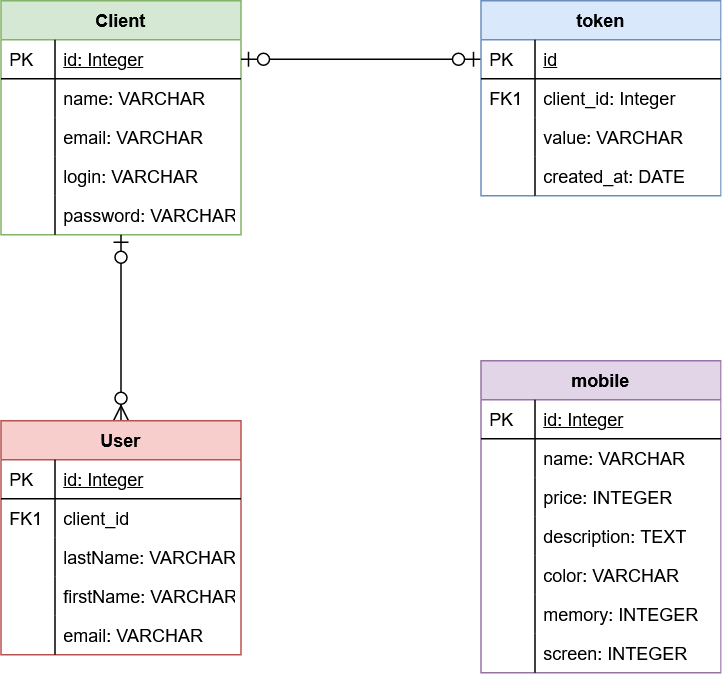
Earlier version of the draw.io export public/diagrams/Modèle de données.png (Shiiyo/7-BileMo). Source tidied: cells renumbered, new cells last; positions are measured from the earlier drawing's top-left corner, leaving out a move shared by most shapes.
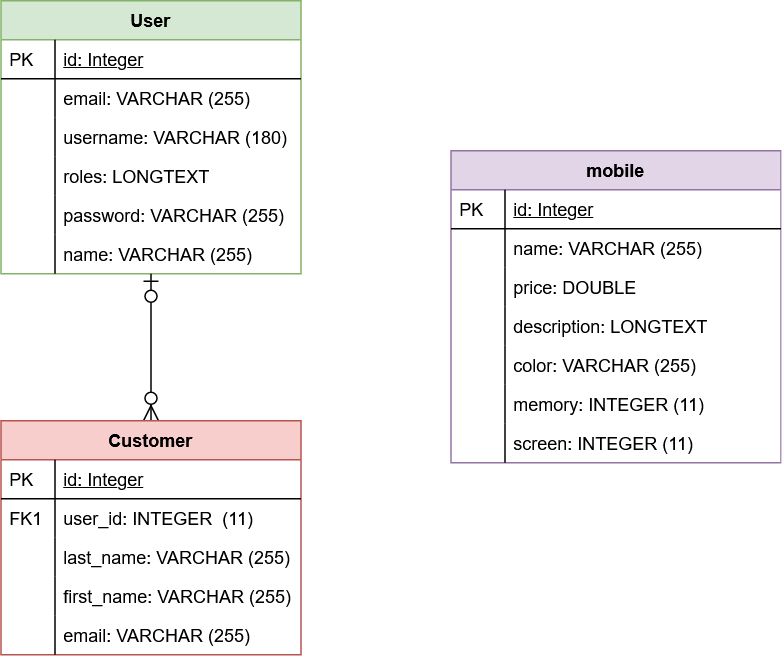
The same file after the commit.

Commit message:
Update UML diagrams

What changed in the source:
```diff
@@ -2,149 +2,125 @@
   <root>
     <mxCell id="0" />
     <mxCell id="1" parent="0" />
-    <mxCell id="2" value="Client" style="swimlane;fontStyle=1;horizontal=1;startSize=26;rounded=0;shadow=0;strokeWidth=1;fillColor=#d5e8d4;strokeColor=#82b366;" parent="1" vertex="1">
-      <mxGeometry width="160" height="156" as="geometry" />
+    <mxCell id="2" value="User" style="swimlane;fontStyle=1;horizontal=1;startSize=26;rounded=0;shadow=0;strokeWidth=1;fillColor=#d5e8d4;strokeColor=#82b366;" parent="1" vertex="1">
+      <mxGeometry width="200" height="182" as="geometry" />
     </mxCell>
     <mxCell id="3" value="id: Integer" style="shape=partialRectangle;top=0;left=0;right=0;bottom=1;align=left;verticalAlign=top;fillColor=none;spacingLeft=40;spacingRight=4;overflow=hidden;points=[[0,0.5],[1,0.5]];portConstraint=eastwest;rounded=0;shadow=0;strokeWidth=1;fontStyle=4;" parent="2" vertex="1">
-      <mxGeometry y="26" width="160" height="26" as="geometry" />
+      <mxGeometry y="26" width="200" height="26" as="geometry" />
     </mxCell>
     <mxCell id="4" value="PK" style="shape=partialRectangle;top=0;left=0;bottom=0;fillColor=none;align=left;verticalAlign=top;spacingLeft=4;spacingRight=4;overflow=hidden;" parent="3" vertex="1">
       <mxGeometry width="36" height="26" as="geometry" />
     </mxCell>
-    <mxCell id="5" value="name: VARCHAR" style="shape=partialRectangle;top=0;left=0;right=0;bottom=0;align=left;verticalAlign=top;fillColor=none;spacingLeft=40;spacingRight=4;overflow=hidden;rounded=0;shadow=0;strokeWidth=1;" parent="2" vertex="1">
-      <mxGeometry y="52" width="160" height="26" as="geometry" />
-    </mxCell>
-    <mxCell id="6" style="shape=partialRectangle;top=0;left=0;bottom=0;fillColor=none;align=left;verticalAlign=top;spacingLeft=4;spacingRight=4;overflow=hidden;" parent="5" vertex="1">
-      <mxGeometry width="36" height="26" as="geometry" />
-    </mxCell>
-    <mxCell id="7" value="email: VARCHAR" style="shape=partialRectangle;top=0;left=0;right=0;bottom=0;align=left;verticalAlign=top;fillColor=none;spacingLeft=40;spacingRight=4;overflow=hidden;rounded=0;shadow=0;strokeWidth=1;" parent="2" vertex="1">
-      <mxGeometry y="78" width="160" height="26" as="geometry" />
+    <mxCell id="7" value="email: VARCHAR (255)" style="shape=partialRectangle;top=0;left=0;right=0;bottom=0;align=left;verticalAlign=top;fillColor=none;spacingLeft=40;spacingRight=4;overflow=hidden;rounded=0;shadow=0;strokeWidth=1;" parent="2" vertex="1">
+      <mxGeometry y="52" width="200" height="26" as="geometry" />
     </mxCell>
     <mxCell id="8" style="shape=partialRectangle;top=0;left=0;bottom=0;fillColor=none;align=left;verticalAlign=top;spacingLeft=4;spacingRight=4;overflow=hidden;" parent="7" vertex="1">
       <mxGeometry width="36" height="26" as="geometry" />
     </mxCell>
-    <mxCell id="9" value="login: VARCHAR" style="shape=partialRectangle;top=0;left=0;right=0;bottom=0;align=left;verticalAlign=top;fillColor=none;spacingLeft=40;spacingRight=4;overflow=hidden;rounded=0;shadow=0;strokeWidth=1;" parent="2" vertex="1">
-      <mxGeometry y="104" width="160" height="26" as="geometry" />
+    <mxCell id="9" value="username: VARCHAR (180)" style="shape=partialRectangle;top=0;left=0;right=0;bottom=0;align=left;verticalAlign=top;fillColor=none;spacingLeft=40;spacingRight=4;overflow=hidden;rounded=0;shadow=0;strokeWidth=1;" parent="2" vertex="1">
+      <mxGeometry y="78" width="200" height="26" as="geometry" />
     </mxCell>
     <mxCell id="10" style="shape=partialRectangle;top=0;left=0;bottom=0;fillColor=none;align=left;verticalAlign=top;spacingLeft=4;spacingRight=4;overflow=hidden;" parent="9" vertex="1">
       <mxGeometry width="36" height="26" as="geometry" />
     </mxCell>
+    <mxCell id="50" value="roles: LONGTEXT" style="shape=partialRectangle;top=0;left=0;right=0;bottom=0;align=left;verticalAlign=top;fillColor=none;spacingLeft=40;spacingRight=4;overflow=hidden;rounded=0;shadow=0;strokeWidth=1;" parent="2" vertex="1">
+      <mxGeometry y="104" width="200" height="26" as="geometry" />
+    </mxCell>
+    <mxCell id="51" style="shape=partialRectangle;top=0;left=0;bottom=0;fillColor=none;align=left;verticalAlign=top;spacingLeft=4;spacingRight=4;overflow=hidden;" parent="50" vertex="1">
+      <mxGeometry width="36" height="26" as="geometry" />
+    </mxCell>
-    <mxCell id="11" value="password: VARCHAR" style="shape=partialRectangle;top=0;left=0;right=0;bottom=0;align=left;verticalAlign=top;fillColor=none;spacingLeft=40;spacingRight=4;overflow=hidden;rounded=0;shadow=0;strokeWidth=1;" parent="2" vertex="1">
-      <mxGeometry y="130" width="160" height="26" as="geometry" />
+    <mxCell id="11" value="password: VARCHAR (255)" style="shape=partialRectangle;top=0;left=0;right=0;bottom=0;align=left;verticalAlign=top;fillColor=none;spacingLeft=40;spacingRight=4;overflow=hidden;rounded=0;shadow=0;strokeWidth=1;" parent="2" vertex="1">
+      <mxGeometry y="130" width="200" height="26" as="geometry" />
     </mxCell>
     <mxCell id="12" style="shape=partialRectangle;top=0;left=0;bottom=0;fillColor=none;align=left;verticalAlign=top;spacingLeft=4;spacingRight=4;overflow=hidden;" parent="11" vertex="1">
       <mxGeometry width="36" height="26" as="geometry" />
     </mxCell>
+    <mxCell id="5" value="name: VARCHAR (255)" style="shape=partialRectangle;top=0;left=0;right=0;bottom=0;align=left;verticalAlign=top;fillColor=none;spacingLeft=40;spacingRight=4;overflow=hidden;rounded=0;shadow=0;strokeWidth=1;" parent="2" vertex="1">
+      <mxGeometry y="156" width="200" height="26" as="geometry" />
+    </mxCell>
+    <mxCell id="6" style="shape=partialRectangle;top=0;left=0;bottom=0;fillColor=none;align=left;verticalAlign=top;spacingLeft=4;spacingRight=4;overflow=hidden;" parent="5" vertex="1">
+      <mxGeometry width="36" height="26" as="geometry" />
+    </mxCell>
     <mxCell id="13" style="edgeStyle=orthogonalEdgeStyle;endArrow=ERzeroToMany;startArrow=ERzeroToOne;shadow=0;strokeWidth=1;endSize=8;startSize=8;startFill=1;exitX=0.5;exitY=1;exitDx=0;exitDy=0;entryX=0.5;entryY=0;entryDx=0;entryDy=0;" parent="1" edge="1" source="2" target="29">
       <mxGeometry relative="1" as="geometry" />
     </mxCell>
+    <mxCell id="29" value="Customer" style="swimlane;fontStyle=1;horizontal=1;startSize=26;rounded=0;shadow=0;strokeWidth=1;fillColor=#f8cecc;strokeColor=#b85450;" parent="1" vertex="1">
+      <mxGeometry y="280" width="200" height="156" as="geometry" />
+    </mxCell>
+    <mxCell id="30" value="id: Integer" style="shape=partialRectangle;top=0;left=0;right=0;bottom=1;align=left;verticalAlign=top;fillColor=none;spacingLeft=40;spacingRight=4;overflow=hidden;rounded=0;shadow=0;strokeWidth=1;fontStyle=4;" parent="29" vertex="1">
+      <mxGeometry y="26" width="200" height="26" as="geometry" />
+    </mxCell>
+    <mxCell id="31" value="PK" style="shape=partialRectangle;top=0;left=0;bottom=0;fillColor=none;align=left;verticalAlign=top;spacingLeft=4;spacingRight=4;overflow=hidden;" parent="30" vertex="1">
+      <mxGeometry width="36" height="26" as="geometry" />
+    </mxCell>
+    <mxCell id="32" value="user_id: INTEGER  (11)" style="shape=partialRectangle;top=0;left=0;right=0;bottom=0;align=left;verticalAlign=top;fillColor=none;spacingLeft=40;spacingRight=4;overflow=hidden;rounded=0;shadow=0;strokeWidth=1;" parent="29" vertex="1">
+      <mxGeometry y="52" width="200" height="26" as="geometry" />
+    </mxCell>
+    <mxCell id="33" value="FK1" style="shape=partialRectangle;top=0;left=0;bottom=0;fillColor=none;align=left;verticalAlign=top;spacingLeft=4;spacingRight=4;overflow=hidden;" parent="32" vertex="1">
+      <mxGeometry width="36" height="26" as="geometry" />
+    </mxCell>
+    <mxCell id="34" value="last_name: VARCHAR (255)" style="shape=partialRectangle;top=0;left=0;right=0;bottom=0;align=left;verticalAlign=top;fillColor=none;spacingLeft=40;spacingRight=4;overflow=hidden;rounded=0;shadow=0;strokeWidth=1;" parent="29" vertex="1">
+      <mxGeometry y="78" width="200" height="26" as="geometry" />
+    </mxCell>
+    <mxCell id="35" style="shape=partialRectangle;top=0;left=0;bottom=0;fillColor=none;align=left;verticalAlign=top;spacingLeft=4;spacingRight=4;overflow=hidden;" parent="34" vertex="1">
+      <mxGeometry width="36" height="26" as="geometry" />
+    </mxCell>
+    <mxCell id="36" value="first_name: VARCHAR (255)" style="shape=partialRectangle;top=0;left=0;right=0;bottom=0;align=left;verticalAlign=top;fillColor=none;spacingLeft=40;spacingRight=4;overflow=hidden;rounded=0;shadow=0;strokeWidth=1;" parent="29" vertex="1">
+      <mxGeometry y="104" width="200" height="26" as="geometry" />
+    </mxCell>
+    <mxCell id="37" style="shape=partialRectangle;top=0;left=0;bottom=0;fillColor=none;align=left;verticalAlign=top;spacingLeft=4;spacingRight=4;overflow=hidden;" parent="36" vertex="1">
+      <mxGeometry width="36" height="26" as="geometry" />
+    </mxCell>
+    <mxCell id="38" value="email: VARCHAR (255)" style="shape=partialRectangle;top=0;left=0;right=0;bottom=0;align=left;verticalAlign=top;fillColor=none;spacingLeft=40;spacingRight=4;overflow=hidden;rounded=0;shadow=0;strokeWidth=1;" parent="29" vertex="1">
+      <mxGeometry y="130" width="200" height="26" as="geometry" />
+    </mxCell>
+    <mxCell id="39" style="shape=partialRectangle;top=0;left=0;bottom=0;fillColor=none;align=left;verticalAlign=top;spacingLeft=4;spacingRight=4;overflow=hidden;" parent="38" vertex="1">
+      <mxGeometry width="36" height="26" as="geometry" />
+    </mxCell>
     <mxCell id="14" value="mobile" style="swimlane;fontStyle=1;horizontal=1;startSize=26;rounded=0;shadow=0;strokeWidth=1;fillColor=#e1d5e7;strokeColor=#9673a6;" parent="1" vertex="1">
-      <mxGeometry x="320" y="240" width="160" height="208" as="geometry" />
+      <mxGeometry x="300" y="100" width="220" height="208" as="geometry" />
     </mxCell>
     <mxCell id="15" value="id: Integer" style="shape=partialRectangle;top=0;left=0;right=0;bottom=1;align=left;verticalAlign=top;fillColor=none;spacingLeft=40;spacingRight=4;overflow=hidden;rounded=0;shadow=0;strokeWidth=1;fontStyle=4;" parent="14" vertex="1">
-      <mxGeometry y="26" width="160" height="26" as="geometry" />
+      <mxGeometry y="26" width="220" height="26" as="geometry" />
     </mxCell>
     <mxCell id="16" value="PK" style="shape=partialRectangle;top=0;left=0;bottom=0;fillColor=none;align=left;verticalAlign=top;spacingLeft=4;spacingRight=4;overflow=hidden;" parent="15" vertex="1">
       <mxGeometry width="36" height="26" as="geometry" />
     </mxCell>
-    <mxCell id="17" value="name: VARCHAR" style="shape=partialRectangle;top=0;left=0;right=0;bottom=0;align=left;verticalAlign=top;fillColor=none;spacingLeft=40;spacingRight=4;overflow=hidden;rounded=0;shadow=0;strokeWidth=1;" parent="14" vertex="1">
-      <mxGeometry y="52" width="160" height="26" as="geometry" />
+    <mxCell id="17" value="name: VARCHAR (255)" style="shape=partialRectangle;top=0;left=0;right=0;bottom=0;align=left;verticalAlign=top;fillColor=none;spacingLeft=40;spacingRight=4;overflow=hidden;rounded=0;shadow=0;strokeWidth=1;" parent="14" vertex="1">
+      <mxGeometry y="52" width="220" height="26" as="geometry" />
     </mxCell>
     <mxCell id="18" style="shape=partialRectangle;top=0;left=0;bottom=0;fillColor=none;align=left;verticalAlign=top;spacingLeft=4;spacingRight=4;overflow=hidden;" parent="17" vertex="1">
       <mxGeometry width="36" height="26" as="geometry" />
     </mxCell>
-    <mxCell id="19" value="price: INTEGER" style="shape=partialRectangle;top=0;left=0;right=0;bottom=0;align=left;verticalAlign=top;fillColor=none;spacingLeft=40;spacingRight=4;overflow=hidden;rounded=0;shadow=0;strokeWidth=1;" parent="14" vertex="1">
-      <mxGeometry y="78" width="160" height="26" as="geometry" />
+    <mxCell id="19" value="price: DOUBLE" style="shape=partialRectangle;top=0;left=0;right=0;bottom=0;align=left;verticalAlign=top;fillColor=none;spacingLeft=40;spacingRight=4;overflow=hidden;rounded=0;shadow=0;strokeWidth=1;" parent="14" vertex="1">
+      <mxGeometry y="78" width="220" height="26" as="geometry" />
     </mxCell>
     <mxCell id="20" style="shape=partialRectangle;top=0;left=0;bottom=0;fillColor=none;align=left;verticalAlign=top;spacingLeft=4;spacingRight=4;overflow=hidden;" parent="19" vertex="1">
       <mxGeometry width="36" height="26" as="geometry" />
     </mxCell>
-    <mxCell id="21" value="description: TEXT" style="shape=partialRectangle;top=0;left=0;right=0;bottom=0;align=left;verticalAlign=top;fillColor=none;spacingLeft=40;spacingRight=4;overflow=hidden;rounded=0;shadow=0;strokeWidth=1;" parent="14" vertex="1">
-      <mxGeometry y="104" width="160" height="26" as="geometry" />
+    <mxCell id="21" value="description: LONGTEXT" style="shape=partialRectangle;top=0;left=0;right=0;bottom=0;align=left;verticalAlign=top;fillColor=none;spacingLeft=40;spacingRight=4;overflow=hidden;rounded=0;shadow=0;strokeWidth=1;" parent="14" vertex="1">
+      <mxGeometry y="104" width="220" height="26" as="geometry" />
     </mxCell>
     <mxCell id="22" style="shape=partialRectangle;top=0;left=0;bottom=0;fillColor=none;align=left;verticalAlign=top;spacingLeft=4;spacingRight=4;overflow=hidden;" parent="21" vertex="1">
       <mxGeometry width="36" height="26" as="geometry" />
     </mxCell>
-    <mxCell id="23" value="color: VARCHAR" style="shape=partialRectangle;top=0;left=0;right=0;bottom=0;align=left;verticalAlign=top;fillColor=none;spacingLeft=40;spacingRight=4;overflow=hidden;rounded=0;shadow=0;strokeWidth=1;" parent="14" vertex="1">
-      <mxGeometry y="130" width="160" height="26" as="geometry" />
+    <mxCell id="23" value="color: VARCHAR (255)" style="shape=partialRectangle;top=0;left=0;right=0;bottom=0;align=left;verticalAlign=top;fillColor=none;spacingLeft=40;spacingRight=4;overflow=hidden;rounded=0;shadow=0;strokeWidth=1;" parent="14" vertex="1">
+      <mxGeometry y="130" width="220" height="26" as="geometry" />
     </mxCell>
     <mxCell id="24" style="shape=partialRectangle;top=0;left=0;bottom=0;fillColor=none;align=left;verticalAlign=top;spacingLeft=4;spacingRight=4;overflow=hidden;" parent="23" vertex="1">
       <mxGeometry width="36" height="26" as="geometry" />
     </mxCell>
-    <mxCell id="25" value="memory: INTEGER" style="shape=partialRectangle;top=0;left=0;right=0;bottom=0;align=left;verticalAlign=top;fillColor=none;spacingLeft=40;spacingRight=4;overflow=hidden;rounded=0;shadow=0;strokeWidth=1;" parent="14" vertex="1">
-      <mxGeometry y="156" width="160" height="26" as="geometry" />
+    <mxCell id="25" value="memory: INTEGER (11)" style="shape=partialRectangle;top=0;left=0;right=0;bottom=0;align=left;verticalAlign=top;fillColor=none;spacingLeft=40;spacingRight=4;overflow=hidden;rounded=0;shadow=0;strokeWidth=1;" parent="14" vertex="1">
+      <mxGeometry y="156" width="220" height="26" as="geometry" />
     </mxCell>
     <mxCell id="26" style="shape=partialRectangle;top=0;left=0;bottom=0;fillColor=none;align=left;verticalAlign=top;spacingLeft=4;spacingRight=4;overflow=hidden;" parent="25" vertex="1">
       <mxGeometry width="36" height="26" as="geometry" />
     </mxCell>
-    <mxCell id="27" value="screen: INTEGER" style="shape=partialRectangle;top=0;left=0;right=0;bottom=0;align=left;verticalAlign=top;fillColor=none;spacingLeft=40;spacingRight=4;overflow=hidden;rounded=0;shadow=0;strokeWidth=1;" parent="14" vertex="1">
-      <mxGeometry y="182" width="160" height="26" as="geometry" />
+    <mxCell id="27" value="screen: INTEGER (11)" style="shape=partialRectangle;top=0;left=0;right=0;bottom=0;align=left;verticalAlign=top;fillColor=none;spacingLeft=40;spacingRight=4;overflow=hidden;rounded=0;shadow=0;strokeWidth=1;" parent="14" vertex="1">
+      <mxGeometry y="182" width="220" height="26" as="geometry" />
     </mxCell>
     <mxCell id="28" style="shape=partialRectangle;top=0;left=0;bottom=0;fillColor=none;align=left;verticalAlign=top;spacingLeft=4;spacingRight=4;overflow=hidden;" parent="27" vertex="1">
       <mxGeometry width="36" height="26" as="geometry" />
     </mxCell>
-    <mxCell id="29" value="User" style="swimlane;fontStyle=1;horizontal=1;startSize=26;rounded=0;shadow=0;strokeWidth=1;fillColor=#f8cecc;strokeColor=#b85450;" parent="1" vertex="1">
-      <mxGeometry y="280" width="160" height="156" as="geometry" />
-    </mxCell>
-    <mxCell id="30" value="id: Integer" style="shape=partialRectangle;top=0;left=0;right=0;bottom=1;align=left;verticalAlign=top;fillColor=none;spacingLeft=40;spacingRight=4;overflow=hidden;rounded=0;shadow=0;strokeWidth=1;fontStyle=4;" parent="29" vertex="1">
-      <mxGeometry y="26" width="160" height="26" as="geometry" />
-    </mxCell>
-    <mxCell id="31" value="PK" style="shape=partialRectangle;top=0;left=0;bottom=0;fillColor=none;align=left;verticalAlign=top;spacingLeft=4;spacingRight=4;overflow=hidden;" parent="30" vertex="1">
-      <mxGeometry width="36" height="26" as="geometry" />
-    </mxCell>
-    <mxCell id="32" value="client_id" style="shape=partialRectangle;top=0;left=0;right=0;bottom=0;align=left;verticalAlign=top;fillColor=none;spacingLeft=40;spacingRight=4;overflow=hidden;rounded=0;shadow=0;strokeWidth=1;" parent="29" vertex="1">
-      <mxGeometry y="52" width="160" height="26" as="geometry" />
-    </mxCell>
-    <mxCell id="33" value="FK1" style="shape=partialRectangle;top=0;left=0;bottom=0;fillColor=none;align=left;verticalAlign=top;spacingLeft=4;spacingRight=4;overflow=hidden;" parent="32" vertex="1">
-      <mxGeometry width="36" height="26" as="geometry" />
-    </mxCell>
-    <mxCell id="34" value="lastName: VARCHAR" style="shape=partialRectangle;top=0;left=0;right=0;bottom=0;align=left;verticalAlign=top;fillColor=none;spacingLeft=40;spacingRight=4;overflow=hidden;rounded=0;shadow=0;strokeWidth=1;" parent="29" vertex="1">
-      <mxGeometry y="78" width="160" height="26" as="geometry" />
-    </mxCell>
-    <mxCell id="35" style="shape=partialRectangle;top=0;left=0;bottom=0;fillColor=none;align=left;verticalAlign=top;spacingLeft=4;spacingRight=4;overflow=hidden;" parent="34" vertex="1">
-      <mxGeometry width="36" height="26" as="geometry" />
-    </mxCell>
-    <mxCell id="36" value="firstName: VARCHAR" style="shape=partialRectangle;top=0;left=0;right=0;bottom=0;align=left;verticalAlign=top;fillColor=none;spacingLeft=40;spacingRight=4;overflow=hidden;rounded=0;shadow=0;strokeWidth=1;" parent="29" vertex="1">
-      <mxGeometry y="104" width="160" height="26" as="geometry" />
-    </mxCell>
-    <mxCell id="37" style="shape=partialRectangle;top=0;left=0;bottom=0;fillColor=none;align=left;verticalAlign=top;spacingLeft=4;spacingRight=4;overflow=hidden;" parent="36" vertex="1">
-      <mxGeometry width="36" height="26" as="geometry" />
-    </mxCell>
-    <mxCell id="38" value="email: VARCHAR" style="shape=partialRectangle;top=0;left=0;right=0;bottom=0;align=left;verticalAlign=top;fillColor=none;spacingLeft=40;spacingRight=4;overflow=hidden;rounded=0;shadow=0;strokeWidth=1;" parent="29" vertex="1">
-      <mxGeometry y="130" width="160" height="26" as="geometry" />
-    </mxCell>
-    <mxCell id="39" style="shape=partialRectangle;top=0;left=0;bottom=0;fillColor=none;align=left;verticalAlign=top;spacingLeft=4;spacingRight=4;overflow=hidden;" parent="38" vertex="1">
-      <mxGeometry width="36" height="26" as="geometry" />
-    </mxCell>
-    <mxCell id="40" style="edgeStyle=orthogonalEdgeStyle;endArrow=ERzeroToOne;startArrow=ERzeroToOne;shadow=0;strokeWidth=1;endSize=8;startSize=8;startFill=1;exitX=1;exitY=0.5;exitDx=0;exitDy=0;entryX=0;entryY=0.5;entryDx=0;entryDy=0;endFill=1;" parent="1" edge="1" source="3" target="42">
-      <mxGeometry relative="1" as="geometry" />
-    </mxCell>
-    <mxCell id="41" value="token" style="swimlane;fontStyle=1;horizontal=1;startSize=26;rounded=0;shadow=0;strokeWidth=1;fillColor=#dae8fc;strokeColor=#6c8ebf;" parent="1" vertex="1">
-      <mxGeometry x="320" width="160" height="130" as="geometry" />
-    </mxCell>
-    <mxCell id="42" value="id" style="shape=partialRectangle;top=0;left=0;right=0;bottom=1;align=left;verticalAlign=top;fillColor=none;spacingLeft=40;spacingRight=4;overflow=hidden;points=[[0,0.5],[1,0.5]];portConstraint=eastwest;rounded=0;shadow=0;strokeWidth=1;fontStyle=4;" parent="41" vertex="1">
-      <mxGeometry y="26" width="160" height="26" as="geometry" />
-    </mxCell>
-    <mxCell id="43" value="PK" style="shape=partialRectangle;top=0;left=0;bottom=0;fillColor=none;align=left;verticalAlign=top;spacingLeft=4;spacingRight=4;overflow=hidden;" parent="42" vertex="1">
-      <mxGeometry width="36" height="26" as="geometry" />
-    </mxCell>
-    <mxCell id="44" value="client_id: Integer" style="shape=partialRectangle;top=0;left=0;right=0;bottom=0;align=left;verticalAlign=top;fillColor=none;spacingLeft=40;spacingRight=4;overflow=hidden;rounded=0;shadow=0;strokeWidth=1;" parent="41" vertex="1">
-      <mxGeometry y="52" width="160" height="26" as="geometry" />
-    </mxCell>
-    <mxCell id="45" value="FK1" style="shape=partialRectangle;top=0;left=0;bottom=0;fillColor=none;align=left;verticalAlign=top;spacingLeft=4;spacingRight=4;overflow=hidden;" parent="44" vertex="1">
-      <mxGeometry width="36" height="26" as="geometry" />
-    </mxCell>
-    <mxCell id="46" value="value: VARCHAR" style="shape=partialRectangle;top=0;left=0;right=0;bottom=0;align=left;verticalAlign=top;fillColor=none;spacingLeft=40;spacingRight=4;overflow=hidden;rounded=0;shadow=0;strokeWidth=1;" parent="41" vertex="1">
-      <mxGeometry y="78" width="160" height="26" as="geometry" />
-    </mxCell>
-    <mxCell id="47" style="shape=partialRectangle;top=0;left=0;bottom=0;fillColor=none;align=left;verticalAlign=top;spacingLeft=4;spacingRight=4;overflow=hidden;" parent="46" vertex="1">
-      <mxGeometry width="36" height="26" as="geometry" />
-    </mxCell>
-    <mxCell id="48" value="created_at: DATE" style="shape=partialRectangle;top=0;left=0;right=0;bottom=0;align=left;verticalAlign=top;fillColor=none;spacingLeft=40;spacingRight=4;overflow=hidden;rounded=0;shadow=0;strokeWidth=1;" parent="41" vertex="1">
-      <mxGeometry y="104" width="160" height="26" as="geometry" />
-    </mxCell>
-    <mxCell id="49" style="shape=partialRectangle;top=0;left=0;bottom=0;fillColor=none;align=left;verticalAlign=top;spacingLeft=4;spacingRight=4;overflow=hidden;" parent="48" vertex="1">
-      <mxGeometry width="36" height="26" as="geometry" />
-    </mxCell>
   </root>
 </mxGraphModel>
```
